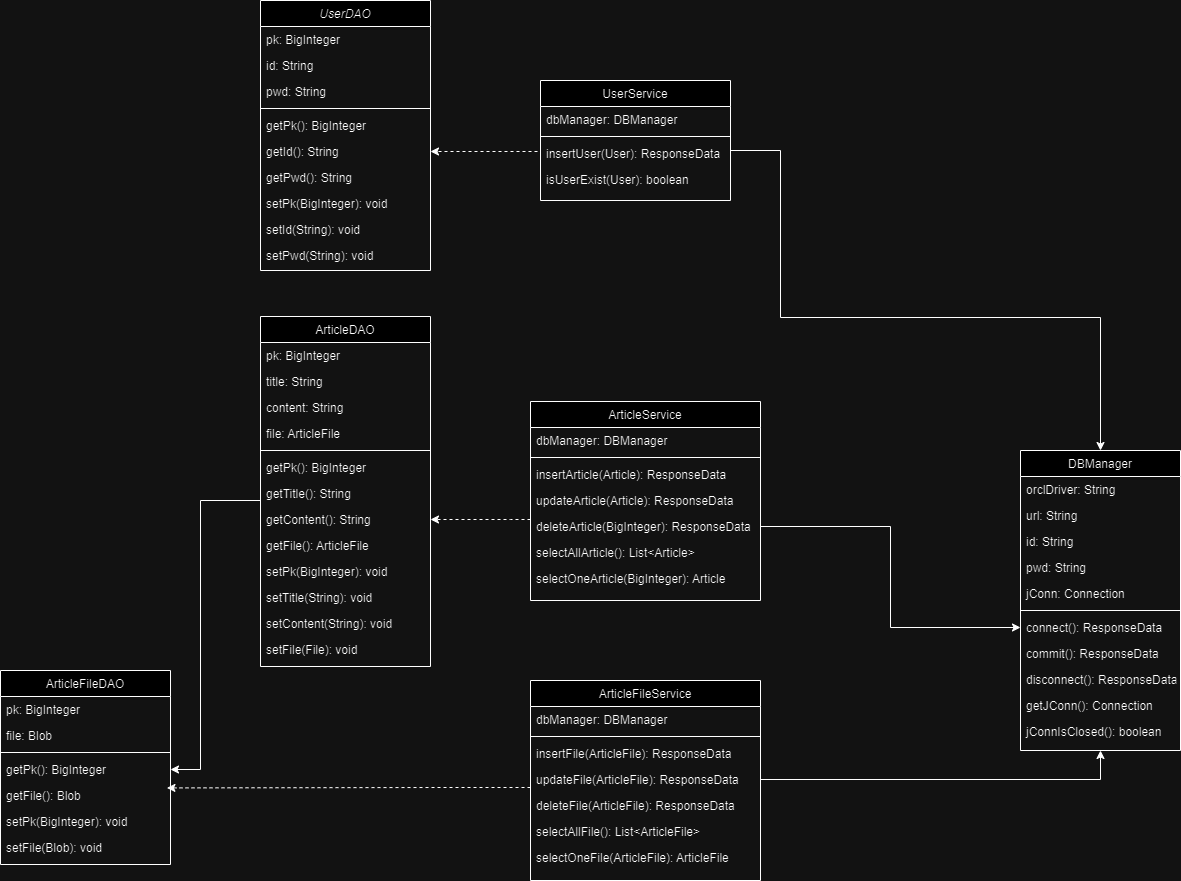
torpedoisu/Training-project keeps this draw.io diagram as 5일_게시판만들기/assets/클래스_다이어그램.png. Above is the earlier version. Source tidied: cells renumbered, new cells last; positions are measured from the earlier drawing's top-left corner, leaving out a move shared by most shapes.
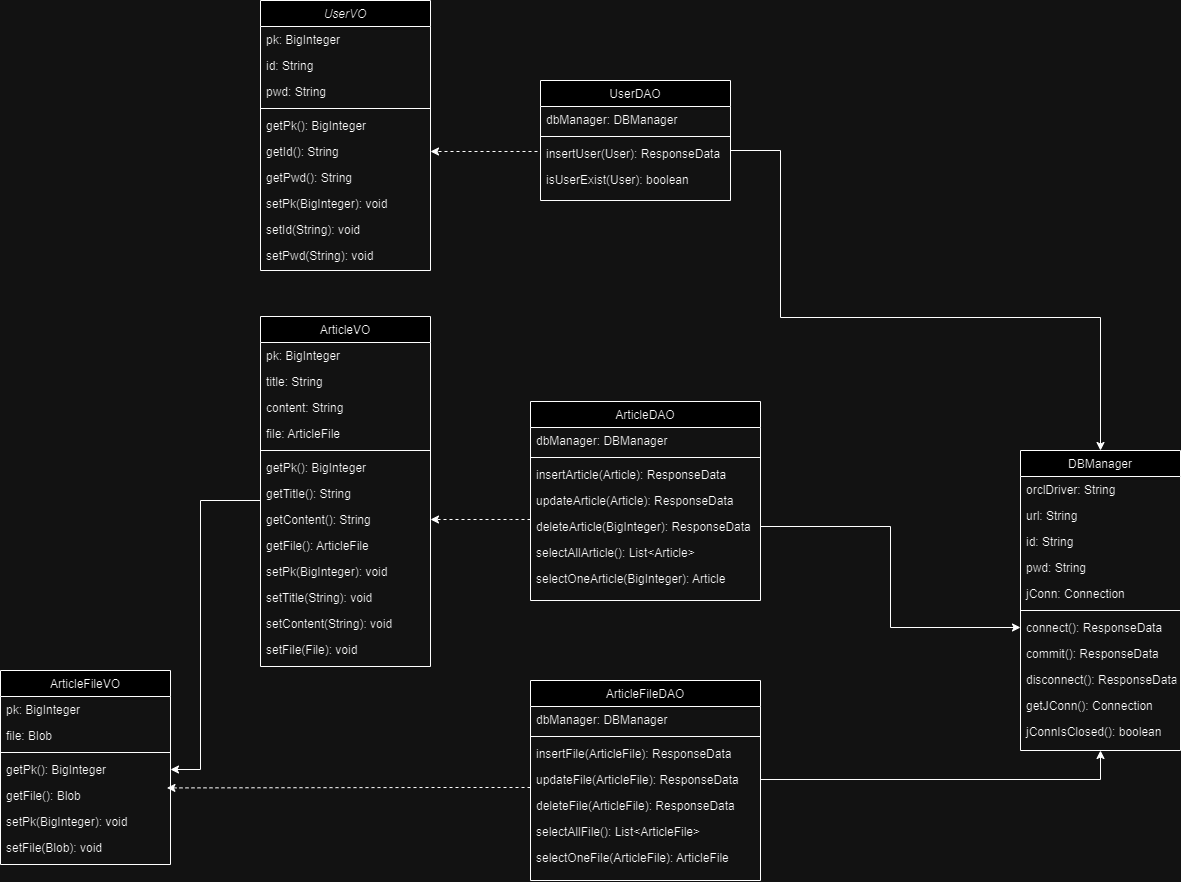
After the commit.

Commit message:
file: 클래스 다이어그램 수정

What changed in the source:
```diff
@@ -2,7 +2,7 @@
   <root>
     <mxCell id="0" />
     <mxCell id="1" parent="0" />
-    <mxCell id="2" value="UserDAO" style="swimlane;fontStyle=2;align=center;verticalAlign=top;horizontal=1;startSize=26;rounded=0;shadow=0;strokeWidth=1;" parent="1" vertex="1">
+    <mxCell id="2" value="UserVO" style="swimlane;fontStyle=2;align=center;verticalAlign=top;horizontal=1;startSize=26;rounded=0;shadow=0;strokeWidth=1;" parent="1" vertex="1">
       <mxGeometry x="260" width="170" height="270" as="geometry" />
     </mxCell>
     <mxCell id="3" value="pk: BigInteger" style="text;align=left;verticalAlign=top;spacingLeft=4;spacingRight=4;overflow=hidden;" parent="2" vertex="1">
@@ -43,7 +43,7 @@
         </Array>
       </mxGeometry>
     </mxCell>
-    <mxCell id="14" value="ArticleDAO" style="swimlane;fontStyle=0;align=center;verticalAlign=top;horizontal=1;startSize=26;rounded=0;shadow=0;strokeWidth=1;" parent="1" vertex="1">
+    <mxCell id="14" value="ArticleVO" style="swimlane;fontStyle=0;align=center;verticalAlign=top;horizontal=1;startSize=26;rounded=0;shadow=0;strokeWidth=1;" parent="1" vertex="1">
       <mxGeometry x="260" y="316" width="170" height="350" as="geometry" />
     </mxCell>
     <mxCell id="15" value="pk: BigInteger " style="text;align=left;verticalAlign=top;spacingLeft=4;spacingRight=4;overflow=hidden;" parent="14" vertex="1">
@@ -85,7 +85,7 @@
     <mxCell id="27" value="setFile(File): void" style="text;align=left;verticalAlign=top;spacingLeft=4;spacingRight=4;overflow=hidden;" parent="14" vertex="1">
       <mxGeometry y="320" width="170" height="26" as="geometry" />
     </mxCell>
-    <mxCell id="28" value="UserService" style="swimlane;fontStyle=0;align=center;verticalAlign=top;horizontal=1;startSize=26;rounded=0;shadow=0;strokeWidth=1;" parent="1" vertex="1">
+    <mxCell id="28" value="UserDAO" style="swimlane;fontStyle=0;align=center;verticalAlign=top;horizontal=1;startSize=26;rounded=0;shadow=0;strokeWidth=1;" parent="1" vertex="1">
       <mxGeometry x="540" y="80" width="190" height="120" as="geometry" />
     </mxCell>
     <mxCell id="29" value="dbManager: DBManager" style="text;align=left;verticalAlign=top;spacingLeft=4;spacingRight=4;overflow=hidden;" parent="28" vertex="1">
@@ -144,7 +144,7 @@
         </Array>
       </mxGeometry>
     </mxCell>
-    <mxCell id="46" value="ArticleService" style="swimlane;fontStyle=0;align=center;verticalAlign=top;horizontal=1;startSize=26;rounded=0;shadow=0;strokeWidth=1;" parent="1" vertex="1">
+    <mxCell id="46" value="ArticleDAO" style="swimlane;fontStyle=0;align=center;verticalAlign=top;horizontal=1;startSize=26;rounded=0;shadow=0;strokeWidth=1;" parent="1" vertex="1">
       <mxGeometry x="530" y="401" width="230" height="199" as="geometry" />
     </mxCell>
     <mxCell id="47" value="dbManager: DBManager" style="text;align=left;verticalAlign=top;spacingLeft=4;spacingRight=4;overflow=hidden;" parent="46" vertex="1">
@@ -188,7 +188,7 @@
     <mxCell id="56" style="edgeStyle=orthogonalEdgeStyle;rounded=0;jettySize=auto;html=1;entryX=0;entryY=0.5;entryDx=0;entryDy=0;" parent="1" edge="1" source="51" target="40">
       <mxGeometry relative="1" as="geometry" />
     </mxCell>
-    <mxCell id="57" value="ArticleFileDAO" style="swimlane;fontStyle=0;align=center;verticalAlign=top;horizontal=1;startSize=26;rounded=0;shadow=0;strokeWidth=1;" parent="1" vertex="1">
+    <mxCell id="57" value="ArticleFileVO" style="swimlane;fontStyle=0;align=center;verticalAlign=top;horizontal=1;startSize=26;rounded=0;shadow=0;strokeWidth=1;" parent="1" vertex="1">
       <mxGeometry y="670" width="170" height="194" as="geometry" />
     </mxCell>
     <mxCell id="58" value="pk: BigInteger" style="text;align=left;verticalAlign=top;spacingLeft=4;spacingRight=4;overflow=hidden;" parent="57" vertex="1">
@@ -220,7 +220,7 @@
         </Array>
       </mxGeometry>
     </mxCell>
-    <mxCell id="66" value="ArticleFileService" style="swimlane;fontStyle=0;align=center;verticalAlign=top;horizontal=1;startSize=26;rounded=0;shadow=0;strokeWidth=1;" parent="1" vertex="1">
+    <mxCell id="66" value="ArticleFileDAO" style="swimlane;fontStyle=0;align=center;verticalAlign=top;horizontal=1;startSize=26;rounded=0;shadow=0;strokeWidth=1;" parent="1" vertex="1">
       <mxGeometry x="530" y="680" width="230" height="200" as="geometry" />
     </mxCell>
     <mxCell id="67" value="dbManager: DBManager" style="text;align=left;verticalAlign=top;spacingLeft=4;spacingRight=4;overflow=hidden;" parent="66" vertex="1">
```
